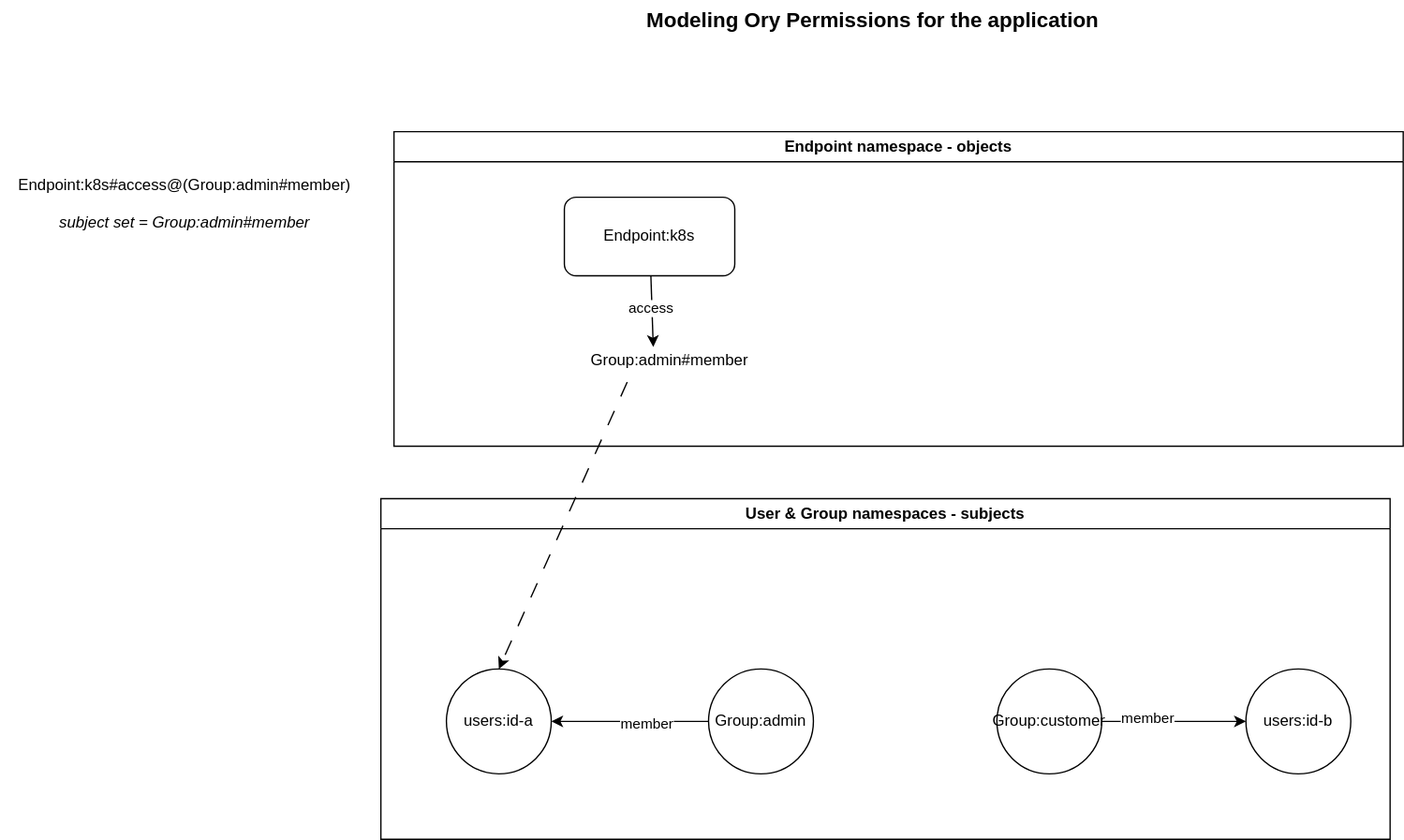
Above: docs/keto-permission-rules.drawio.svg in szn-app/donation-app (draw.io), before the change. Source tidied: cells renumbered, new cells last; positions are measured from the earlier drawing's top-left corner, leaving out a move shared by most shapes.
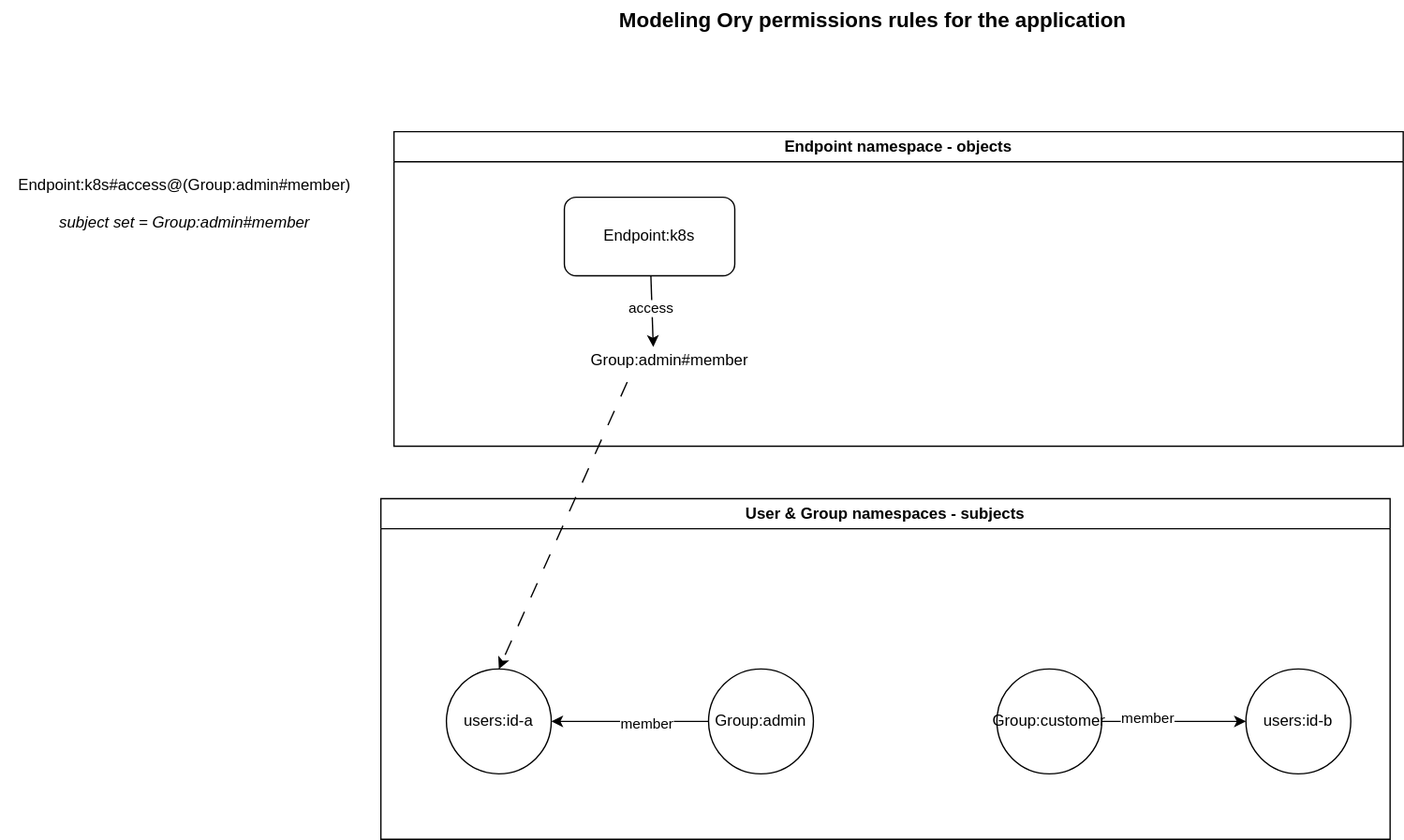
After the change.

What changed in the source:
```diff
@@ -44,8 +44,8 @@
     <mxCell id="15" value="users:id-b" style="ellipse;whiteSpace=wrap;html=1;" parent="7" vertex="1">
       <mxGeometry x="660" y="130" width="80" height="80" as="geometry" />
     </mxCell>
-    <mxCell id="16" value="Modeling Ory Permissions for the application" style="text;html=1;align=center;verticalAlign=middle;strokeColor=none;fillColor=none;fontStyle=1;fontSize=16;" parent="1" vertex="1">
-      <mxGeometry x="495" width="340" height="30" as="geometry" />
+    <mxCell id="16" value="Modeling Ory permissions rules for the application" style="text;html=1;align=center;verticalAlign=middle;strokeColor=none;fillColor=none;fontStyle=1;fontSize=16;" parent="1" vertex="1">
+      <mxGeometry x="475" width="380" height="30" as="geometry" />
     </mxCell>
     <mxCell id="17" style="edgeStyle=none;html=1;entryX=0.5;entryY=0;entryDx=0;entryDy=0;dashed=1;dashPattern=12 12;exitX=0.271;exitY=1.037;exitDx=0;exitDy=0;exitPerimeter=0;" parent="1" edge="1" source="4" target="8">
       <mxGeometry relative="1" as="geometry" />
```
